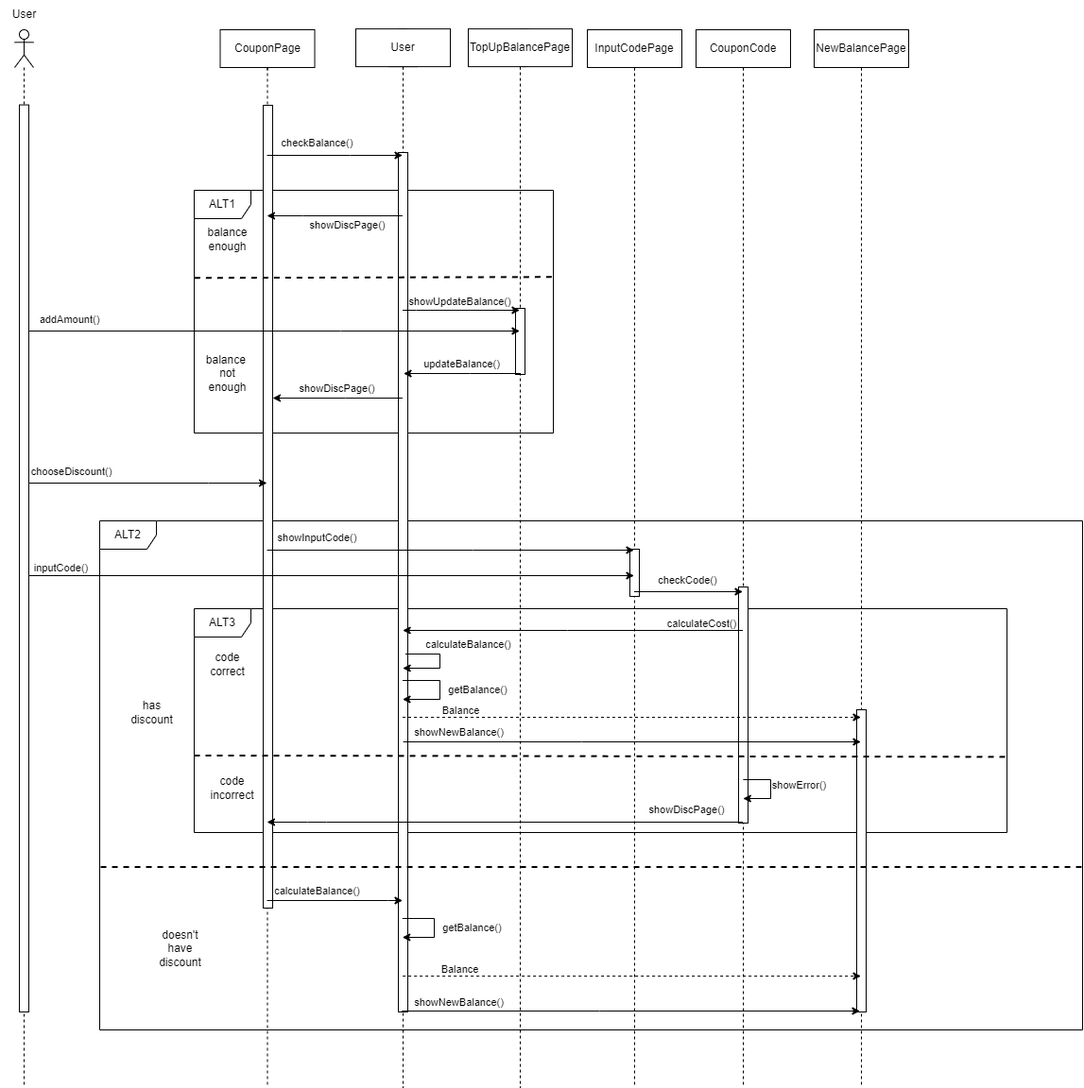
This is ΤΕΛΙΚΟ ΠΑΡΑΔΟΤΕΟ/Sequence-diagrams-v1.0/sd_πληρωμή_παραγγελίας.drawio.png from Dionkaps/Eu-Zin, a draw.io export, as it was before one commit. Source tidied: cells renumbered, new cells last; positions are measured from the earlier drawing's top-left corner, leaving out a move shared by most shapes. Its diagram source:
```xml
<mxGraphModel>
  <root>
    <mxCell id="0" />
    <mxCell id="1" parent="0" />
    <mxCell id="2" style="shape=umlLifeline;perimeter=lifelinePerimeter;whiteSpace=wrap;html=1;newEdgeStyle={&quot;edgeStyle&quot;:&quot;elbowEdgeStyle&quot;,&quot;elbow&quot;:&quot;vertical&quot;,&quot;curved&quot;:0,&quot;rounded&quot;:0};participant=umlBoundary;" parent="1" vertex="1">
      <mxGeometry x="525" y="30.1" width="50" height="1120.9" as="geometry" />
    </mxCell>
    <mxCell id="3" style="html=1;perimeter=orthogonalPerimeter;" parent="1" vertex="1">
      <mxGeometry x="545" y="326" width="10" height="70" as="geometry" />
    </mxCell>
    <mxCell id="4" value="ALT2" style="shape=umlFrame;whiteSpace=wrap;html=1;" parent="1" vertex="1">
      <mxGeometry x="105" y="551" width="1040" height="539" as="geometry" />
    </mxCell>
    <mxCell id="5" value="ALT3" style="shape=umlFrame;whiteSpace=wrap;html=1;" parent="1" vertex="1">
      <mxGeometry x="205" y="644" width="860" height="237" as="geometry" />
    </mxCell>
    <mxCell id="6" value="ALT1" style="shape=umlFrame;whiteSpace=wrap;html=1;" parent="1" vertex="1">
      <mxGeometry x="205" y="201" width="380" height="257" as="geometry" />
    </mxCell>
    <mxCell id="7" style="shape=umlLifeline;perimeter=lifelinePerimeter;whiteSpace=wrap;html=1;newEdgeStyle={&quot;edgeStyle&quot;:&quot;elbowEdgeStyle&quot;,&quot;elbow&quot;:&quot;vertical&quot;,&quot;curved&quot;:0,&quot;rounded&quot;:0};participant=umlBoundary;" parent="1" vertex="1">
      <mxGeometry x="646" y="31" width="50" height="1120" as="geometry" />
    </mxCell>
    <mxCell id="8" style="shape=umlLifeline;perimeter=lifelinePerimeter;whiteSpace=wrap;html=1;outlineConnect=0;portConstraint=eastwest;newEdgeStyle={&quot;edgeStyle&quot;:&quot;elbowEdgeStyle&quot;,&quot;elbow&quot;:&quot;vertical&quot;,&quot;curved&quot;:0,&quot;rounded&quot;:0};participant=umlBoundary;" parent="1" vertex="1">
      <mxGeometry x="257.5" y="31" width="50" height="1120" as="geometry" />
    </mxCell>
    <mxCell id="9" style="shape=umlLifeline;perimeter=lifelinePerimeter;whiteSpace=wrap;html=1;outlineConnect=0;portConstraint=eastwest;newEdgeStyle={&quot;edgeStyle&quot;:&quot;elbowEdgeStyle&quot;,&quot;elbow&quot;:&quot;vertical&quot;,&quot;curved&quot;:0,&quot;rounded&quot;:0};participant=umlEntity;size=40;" parent="1" vertex="1">
      <mxGeometry x="406" y="30.1" width="40" height="1120.9" as="geometry" />
    </mxCell>
    <mxCell id="10" style="shape=umlLifeline;perimeter=lifelinePerimeter;whiteSpace=wrap;html=1;newEdgeStyle={&quot;edgeStyle&quot;:&quot;elbowEdgeStyle&quot;,&quot;elbow&quot;:&quot;vertical&quot;,&quot;curved&quot;:0,&quot;rounded&quot;:0};participant=umlBoundary;" parent="1" vertex="1">
      <mxGeometry x="886" y="31" width="50" height="1120" as="geometry" />
    </mxCell>
    <mxCell id="11" style="shape=umlLifeline;perimeter=lifelinePerimeter;whiteSpace=wrap;html=1;newEdgeStyle={&quot;edgeStyle&quot;:&quot;elbowEdgeStyle&quot;,&quot;elbow&quot;:&quot;vertical&quot;,&quot;curved&quot;:0,&quot;rounded&quot;:0};participant=umlEntity;" parent="1" vertex="1">
      <mxGeometry x="766" y="31" width="40" height="1120" as="geometry" />
    </mxCell>
    <mxCell id="12" style="html=1;points=[];perimeter=orthogonalPerimeter;" parent="1" vertex="1">
      <mxGeometry x="278" y="111" width="10" height="850" as="geometry" />
    </mxCell>
    <mxCell id="13" style="html=1;perimeter=orthogonalPerimeter;" parent="1" vertex="1">
      <mxGeometry x="421" y="161" width="10" height="910" as="geometry" />
    </mxCell>
    <mxCell id="14" style="html=1;perimeter=orthogonalPerimeter;" parent="1" vertex="1">
      <mxGeometry x="666" y="581" width="10" height="50" as="geometry" />
    </mxCell>
    <mxCell id="15" style="html=1;perimeter=orthogonalPerimeter;" parent="1" vertex="1">
      <mxGeometry x="781" y="621" width="10" height="250" as="geometry" />
    </mxCell>
    <mxCell id="16" style="html=1;perimeter=orthogonalPerimeter;" parent="1" vertex="1">
      <mxGeometry x="906" y="751" width="10" height="320" as="geometry" />
    </mxCell>
    <mxCell id="17" style="endArrow=none;dashed=1;html=1;rounded=0;exitX=0.001;exitY=0.361;exitDx=0;exitDy=0;exitPerimeter=0;entryX=1.003;entryY=0.357;entryDx=0;entryDy=0;entryPerimeter=0;strokeWidth=2;" parent="1" edge="1" source="6" target="6">
      <mxGeometry relative="1" as="geometry" />
    </mxCell>
    <mxCell id="18" style="shape=umlLifeline;perimeter=lifelinePerimeter;whiteSpace=wrap;html=1;newEdgeStyle={&quot;edgeStyle&quot;:&quot;elbowEdgeStyle&quot;,&quot;elbow&quot;:&quot;vertical&quot;,&quot;curved&quot;:0,&quot;rounded&quot;:0};participant=umlActor;" parent="1" vertex="1">
      <mxGeometry x="15" y="31" width="20" height="1120" as="geometry" />
    </mxCell>
    <mxCell id="19" value="chooseDiscount()" style="endArrow=classic;html=1;rounded=0;" parent="1" edge="1">
      <mxGeometry x="-0.61" y="12" relative="1" as="geometry">
        <mxPoint x="24.5" y="511" as="sourcePoint" />
        <mxPoint x="282" y="511" as="targetPoint" />
        <Array as="points">
          <mxPoint x="220" y="511" />
        </Array>
        <mxPoint x="-1" as="offset" />
      </mxGeometry>
    </mxCell>
    <mxCell id="20" value="checkBalance()" style="endArrow=classic;html=1;rounded=0;" parent="1" edge="1" target="9">
      <mxGeometry x="-0.26" y="13" relative="1" as="geometry">
        <mxPoint x="282" y="164" as="sourcePoint" />
        <Array as="points">
          <mxPoint x="370" y="164" />
        </Array>
      </mxGeometry>
    </mxCell>
    <mxCell id="21" value="showDiscPage()" style="endArrow=classic;html=1;rounded=0;" parent="1" edge="1" source="9" target="8">
      <mxGeometry x="-0.21" y="17" relative="1" as="geometry">
        <Array as="points">
          <mxPoint x="320" y="228" />
        </Array>
        <mxPoint x="-2" y="-7" as="offset" />
      </mxGeometry>
    </mxCell>
    <mxCell id="22" value="showUpdateBalance()" style="endArrow=classic;html=1;rounded=0;" parent="1" edge="1">
      <mxGeometry x="-0.03" y="9" relative="1" as="geometry">
        <mxPoint x="425.5" y="328" as="sourcePoint" />
        <mxPoint x="549.5" y="328" as="targetPoint" />
        <Array as="points">
          <mxPoint x="440" y="328" />
        </Array>
      </mxGeometry>
    </mxCell>
    <mxCell id="23" value="addAmount()" style="endArrow=classic;html=1;rounded=0;" parent="1" edge="1">
      <mxGeometry x="-0.82" y="12" relative="1" as="geometry">
        <mxPoint x="24.5" y="350" as="sourcePoint" />
        <mxPoint x="549.5" y="350" as="targetPoint" />
        <Array as="points">
          <mxPoint x="360" y="350" />
        </Array>
      </mxGeometry>
    </mxCell>
    <mxCell id="24" value="showDiscPage()" style="endArrow=classic;html=1;rounded=0;" parent="1" edge="1" source="9" target="12">
      <mxGeometry x="0.03" y="-10" relative="1" as="geometry">
        <Array as="points">
          <mxPoint x="365" y="421" />
        </Array>
        <mxPoint x="1" as="offset" />
      </mxGeometry>
    </mxCell>
    <mxCell id="25" value="balance&lt;br&gt;enough" style="text;html=1;align=center;verticalAlign=middle;strokeColor=none;fillColor=none;" parent="1" vertex="1">
      <mxGeometry x="205" y="232.5" width="70" height="40" as="geometry" />
    </mxCell>
    <mxCell id="26" value="balance&amp;nbsp;&lt;br&gt;not&lt;br style=&quot;border-color: var(--border-color);&quot;&gt;enough" style="text;html=1;align=center;verticalAlign=middle;strokeColor=none;fillColor=none;" parent="1" vertex="1">
      <mxGeometry x="205" y="365" width="70" height="60" as="geometry" />
    </mxCell>
    <mxCell id="27" value="showInputCode()" style="endArrow=classic;html=1;rounded=0;" parent="1" edge="1">
      <mxGeometry x="-0.73" y="13" relative="1" as="geometry">
        <mxPoint x="282" y="582" as="sourcePoint" />
        <mxPoint x="670.5" y="582" as="targetPoint" />
        <Array as="points">
          <mxPoint x="500" y="582" />
        </Array>
      </mxGeometry>
    </mxCell>
    <mxCell id="28" value="inputCode()" style="endArrow=classic;html=1;rounded=0;" parent="1" edge="1">
      <mxGeometry x="-0.87" y="8" relative="1" as="geometry">
        <mxPoint x="24.2" y="609" as="sourcePoint" />
        <mxPoint x="670.5" y="609" as="targetPoint" />
        <Array as="points">
          <mxPoint x="420" y="609" />
        </Array>
        <mxPoint x="-1" as="offset" />
      </mxGeometry>
    </mxCell>
    <mxCell id="29" value="checkCode()" style="endArrow=classic;html=1;rounded=0;" parent="1" edge="1">
      <mxGeometry x="-0.03" y="12" relative="1" as="geometry">
        <mxPoint x="670.5" y="626" as="sourcePoint" />
        <mxPoint x="785.5" y="626" as="targetPoint" />
        <Array as="points">
          <mxPoint x="671" y="626" />
        </Array>
        <mxPoint x="1" as="offset" />
      </mxGeometry>
    </mxCell>
    <mxCell id="30" value="calculateCost()" style="endArrow=classic;html=1;rounded=0;" parent="1" edge="1">
      <mxGeometry x="-0.75" y="-7" relative="1" as="geometry">
        <mxPoint x="785.5" y="667" as="sourcePoint" />
        <mxPoint x="425.7" y="667" as="targetPoint" />
        <Array as="points">
          <mxPoint x="600" y="667" />
        </Array>
        <mxPoint x="1" as="offset" />
      </mxGeometry>
    </mxCell>
    <mxCell id="31" value="calculateBalance()" style="endArrow=classic;html=1;rounded=0;" parent="1" edge="1">
      <mxGeometry x="-0.2" y="32" relative="1" as="geometry">
        <mxPoint x="428.5" y="692" as="sourcePoint" />
        <mxPoint x="425.7" y="707" as="targetPoint" />
        <Array as="points">
          <mxPoint x="465" y="692" />
          <mxPoint x="465" y="707" />
        </Array>
        <mxPoint x="-2" y="-11" as="offset" />
      </mxGeometry>
    </mxCell>
    <mxCell id="32" value="Balance" style="endArrow=classic;html=1;rounded=0;dashed=1;" parent="1" edge="1">
      <mxGeometry x="-0.75" y="7" relative="1" as="geometry">
        <mxPoint x="425.5" y="759" as="sourcePoint" />
        <mxPoint x="910.5" y="759" as="targetPoint" />
        <Array as="points">
          <mxPoint x="591" y="759" />
        </Array>
      </mxGeometry>
    </mxCell>
    <mxCell id="33" value="calculateBalance()" style="endArrow=classic;html=1;rounded=0;" parent="1" edge="1">
      <mxGeometry x="-0.26" y="10" relative="1" as="geometry">
        <mxPoint x="282" y="953" as="sourcePoint" />
        <mxPoint x="425.5" y="953" as="targetPoint" />
        <Array as="points">
          <mxPoint x="410" y="953" />
        </Array>
      </mxGeometry>
    </mxCell>
    <mxCell id="34" style="endArrow=none;dashed=1;html=1;rounded=0;entryX=0.999;entryY=0.68;entryDx=0;entryDy=0;entryPerimeter=0;strokeWidth=2;exitX=0.001;exitY=0.68;exitDx=0;exitDy=0;exitPerimeter=0;" parent="1" edge="1" source="4" target="4">
      <mxGeometry relative="1" as="geometry" />
    </mxCell>
    <mxCell id="35" value="doesn't&lt;br&gt;have&lt;br&gt;discount" style="text;html=1;align=center;verticalAlign=middle;strokeColor=none;fillColor=none;" parent="1" vertex="1">
      <mxGeometry x="155" y="974" width="70" height="60" as="geometry" />
    </mxCell>
    <mxCell id="36" value="has&lt;br&gt;discount" style="text;html=1;align=center;verticalAlign=middle;strokeColor=none;fillColor=none;" parent="1" vertex="1">
      <mxGeometry x="125" y="734" width="70" height="40" as="geometry" />
    </mxCell>
    <mxCell id="37" style="endArrow=none;dashed=1;html=1;rounded=0;exitX=0;exitY=0.656;exitDx=0;exitDy=0;exitPerimeter=0;entryX=1;entryY=0.662;entryDx=0;entryDy=0;entryPerimeter=0;strokeColor=default;strokeWidth=2;" parent="1" edge="1" source="5" target="5">
      <mxGeometry relative="1" as="geometry" />
    </mxCell>
    <mxCell id="38" value="code&lt;br&gt;correct" style="text;html=1;align=center;verticalAlign=middle;strokeColor=none;fillColor=none;" parent="1" vertex="1">
      <mxGeometry x="210" y="683" width="60" height="40" as="geometry" />
    </mxCell>
    <mxCell id="39" value="code&lt;br&gt;incorrect" style="text;html=1;align=center;verticalAlign=middle;strokeColor=none;fillColor=none;" parent="1" vertex="1">
      <mxGeometry x="210" y="814" width="70" height="40" as="geometry" />
    </mxCell>
    <mxCell id="40" value="User" style="text;html=1;align=center;verticalAlign=middle;strokeColor=none;fillColor=none;" parent="1" vertex="1">
      <mxGeometry y="0.1" width="50" height="30" as="geometry" />
    </mxCell>
    <mxCell id="41" value="CouponPage" style="shape=umlLifeline;perimeter=lifelinePerimeter;whiteSpace=wrap;html=1;" parent="1" vertex="1">
      <mxGeometry x="232.5" y="31" width="100" height="43" as="geometry" />
    </mxCell>
    <mxCell id="42" value="User" style="shape=umlLifeline;perimeter=lifelinePerimeter;whiteSpace=wrap;html=1;" parent="1" vertex="1">
      <mxGeometry x="376" y="30.1" width="100" height="43" as="geometry" />
    </mxCell>
    <mxCell id="43" value="CouponCode" style="shape=umlLifeline;perimeter=lifelinePerimeter;whiteSpace=wrap;html=1;" parent="1" vertex="1">
      <mxGeometry x="736" y="31" width="100" height="43" as="geometry" />
    </mxCell>
    <mxCell id="44" value="NewBalancePage" style="shape=umlLifeline;perimeter=lifelinePerimeter;whiteSpace=wrap;html=1;" parent="1" vertex="1">
      <mxGeometry x="861" y="31" width="100" height="43" as="geometry" />
    </mxCell>
    <mxCell id="45" value="updateBalance()" style="endArrow=classic;html=1;rounded=0;strokeWidth=1;" parent="1" edge="1">
      <mxGeometry x="0.02" y="-10" relative="1" as="geometry">
        <mxPoint x="550.5" y="395" as="sourcePoint" />
        <mxPoint x="426.5" y="395" as="targetPoint" />
        <Array as="points">
          <mxPoint x="497" y="395" />
        </Array>
        <mxPoint x="1" as="offset" />
      </mxGeometry>
    </mxCell>
    <mxCell id="46" value="getBalance()" style="endArrow=classic;html=1;rounded=0;strokeWidth=1;" parent="1" edge="1">
      <mxGeometry y="40" relative="1" as="geometry">
        <mxPoint x="425.4" y="720" as="sourcePoint" />
        <mxPoint x="425.4" y="740" as="targetPoint" />
        <Array as="points">
          <mxPoint x="465" y="720" />
          <mxPoint x="465" y="740" />
        </Array>
      </mxGeometry>
    </mxCell>
    <mxCell id="47" value="showNewBalance()" style="endArrow=classic;html=1;rounded=0;strokeWidth=1;" parent="1" edge="1">
      <mxGeometry x="-0.75" y="10" relative="1" as="geometry">
        <mxPoint x="426.1" y="785" as="sourcePoint" />
        <mxPoint x="910.4" y="785" as="targetPoint" />
        <Array as="points">
          <mxPoint x="615" y="785" />
        </Array>
      </mxGeometry>
    </mxCell>
    <mxCell id="48" value="getBalance()" style="endArrow=classic;html=1;rounded=0;strokeWidth=1;" parent="1" edge="1">
      <mxGeometry y="40" relative="1" as="geometry">
        <mxPoint x="425.3" y="972" as="sourcePoint" />
        <mxPoint x="425.3" y="992" as="targetPoint" />
        <Array as="points">
          <mxPoint x="459" y="972" />
          <mxPoint x="459" y="992" />
        </Array>
      </mxGeometry>
    </mxCell>
    <mxCell id="49" value="Balance" style="endArrow=classic;html=1;rounded=0;dashed=1;" parent="1" edge="1">
      <mxGeometry x="-0.75" y="7" relative="1" as="geometry">
        <mxPoint x="425.6" y="1033" as="sourcePoint" />
        <mxPoint x="910.5" y="1033" as="targetPoint" />
        <Array as="points">
          <mxPoint x="595" y="1033" />
        </Array>
      </mxGeometry>
    </mxCell>
    <mxCell id="50" value="showNewBalance()" style="endArrow=classic;html=1;rounded=0;strokeWidth=1;" parent="1" edge="1">
      <mxGeometry x="-0.75" y="9" relative="1" as="geometry">
        <mxPoint x="424.5" y="1070" as="sourcePoint" />
        <mxPoint x="909.5" y="1070" as="targetPoint" />
        <Array as="points">
          <mxPoint x="634" y="1070" />
        </Array>
      </mxGeometry>
    </mxCell>
    <mxCell id="51" value="InputCodePage" style="shape=umlLifeline;perimeter=lifelinePerimeter;whiteSpace=wrap;html=1;" parent="1" vertex="1">
      <mxGeometry x="621" y="31" width="100" height="43" as="geometry" />
    </mxCell>
    <mxCell id="52" value="TopUpBalancePage" style="shape=umlLifeline;perimeter=lifelinePerimeter;whiteSpace=wrap;html=1;" parent="1" vertex="1">
      <mxGeometry x="495" y="30.1" width="110" height="43" as="geometry" />
    </mxCell>
    <mxCell id="53" style="html=1;perimeter=orthogonalPerimeter;" parent="1" vertex="1">
      <mxGeometry x="20" y="110.6" width="10" height="960.5" as="geometry" />
    </mxCell>
    <mxCell id="54" value="showDiscPage()" style="endArrow=classic;html=1;rounded=0;strokeWidth=1;" parent="1" edge="1">
      <mxGeometry x="-0.76" y="-13" relative="1" as="geometry">
        <mxPoint x="785.5" y="870" as="sourcePoint" />
        <mxPoint x="282" y="870" as="targetPoint" />
        <Array as="points">
          <mxPoint x="345" y="870" />
          <mxPoint x="325" y="870" />
        </Array>
      </mxGeometry>
    </mxCell>
    <mxCell id="55" value="showError()" style="endArrow=classic;html=1;rounded=0;" parent="1" edge="1">
      <mxGeometry x="-0.1" y="30" relative="1" as="geometry">
        <mxPoint x="785.8" y="825" as="sourcePoint" />
        <mxPoint x="785.8" y="845" as="targetPoint" />
        <Array as="points">
          <mxPoint x="815" y="825" />
          <mxPoint x="815" y="845" />
        </Array>
      </mxGeometry>
    </mxCell>
  </root>
</mxGraphModel>
```
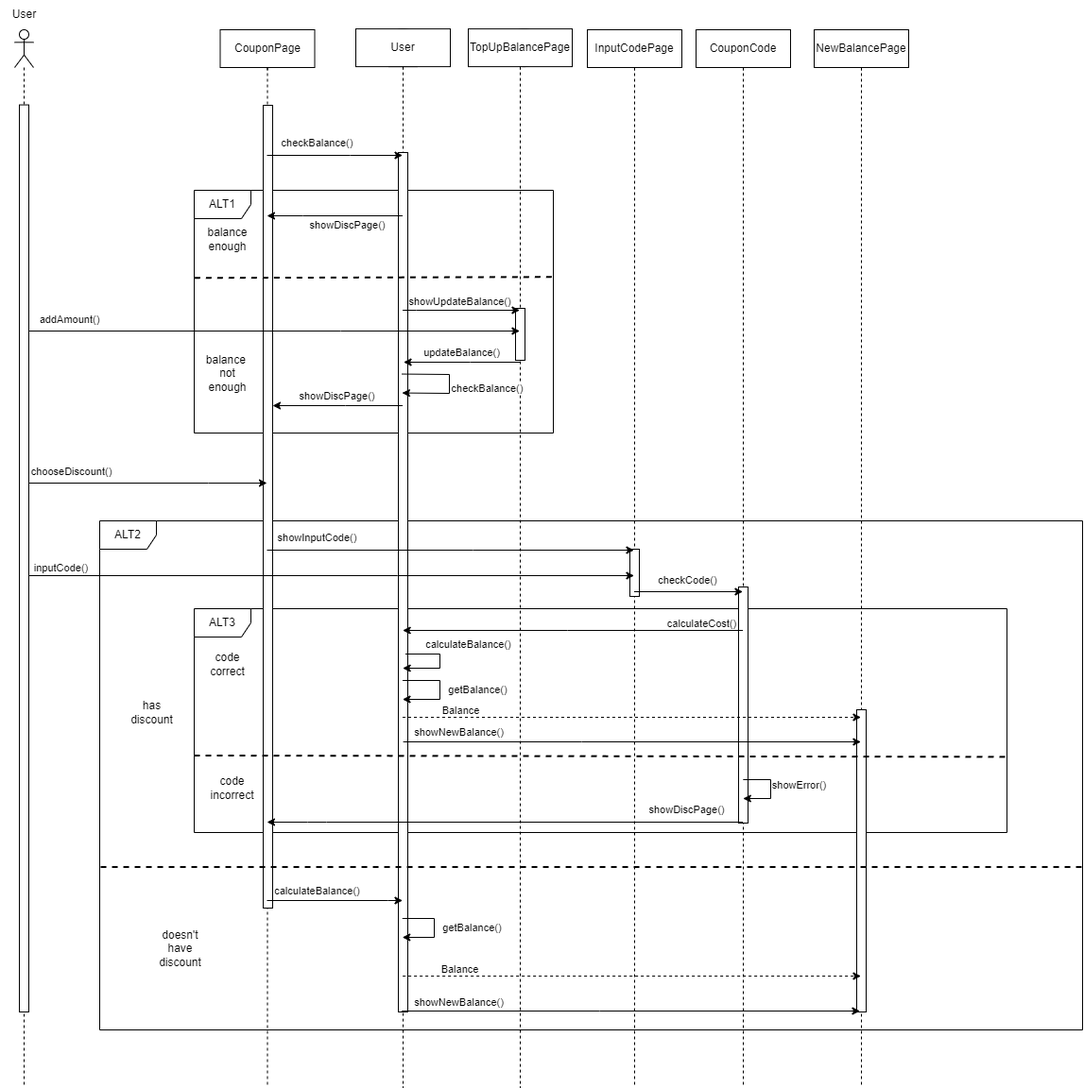
Above is the later version.

Diff of the diagram source:
```diff
@@ -6,7 +6,7 @@
       <mxGeometry x="525" y="30.1" width="50" height="1120.9" as="geometry" />
     </mxCell>
     <mxCell id="3" style="html=1;perimeter=orthogonalPerimeter;" parent="1" vertex="1">
-      <mxGeometry x="545" y="326" width="10" height="70" as="geometry" />
+      <mxGeometry x="545" y="326" width="10" height="55" as="geometry" />
     </mxCell>
     <mxCell id="4" value="ALT2" style="shape=umlFrame;whiteSpace=wrap;html=1;" parent="1" vertex="1">
       <mxGeometry x="105" y="551" width="1040" height="539" as="geometry" />
@@ -97,10 +97,12 @@
         </Array>
       </mxGeometry>
     </mxCell>
-    <mxCell id="24" value="showDiscPage()" style="endArrow=classic;html=1;rounded=0;" parent="1" edge="1" source="9" target="12">
+    <mxCell id="24" value="showDiscPage()" style="endArrow=classic;html=1;rounded=0;" parent="1" edge="1">
       <mxGeometry x="0.03" y="-10" relative="1" as="geometry">
+        <mxPoint x="425.5" y="429" as="sourcePoint" />
+        <mxPoint x="288" y="429" as="targetPoint" />
         <Array as="points">
-          <mxPoint x="365" y="421" />
+          <mxPoint x="365" y="429" />
         </Array>
         <mxPoint x="1" as="offset" />
       </mxGeometry>
@@ -214,10 +216,10 @@
     </mxCell>
     <mxCell id="45" value="updateBalance()" style="endArrow=classic;html=1;rounded=0;strokeWidth=1;" parent="1" edge="1">
       <mxGeometry x="0.02" y="-10" relative="1" as="geometry">
-        <mxPoint x="550.5" y="395" as="sourcePoint" />
-        <mxPoint x="426.5" y="395" as="targetPoint" />
+        <mxPoint x="550.5" y="383" as="sourcePoint" />
+        <mxPoint x="426.5" y="383" as="targetPoint" />
         <Array as="points">
-          <mxPoint x="497" y="395" />
+          <mxPoint x="497" y="383" />
         </Array>
         <mxPoint x="1" as="offset" />
       </mxGeometry>
@@ -298,5 +300,15 @@
         </Array>
       </mxGeometry>
     </mxCell>
+    <mxCell id="56" value="checkBalance()" style="endArrow=classic;html=1;rounded=0;" parent="1" edge="1">
+      <mxGeometry x="0.08" y="40" relative="1" as="geometry">
+        <mxPoint x="425" y="395.5" as="sourcePoint" />
+        <mxPoint x="425" y="415.5" as="targetPoint" />
+        <Array as="points">
+          <mxPoint x="475" y="396" />
+          <mxPoint x="475" y="416" />
+        </Array>
+      </mxGeometry>
+    </mxCell>
   </root>
 </mxGraphModel>
```
